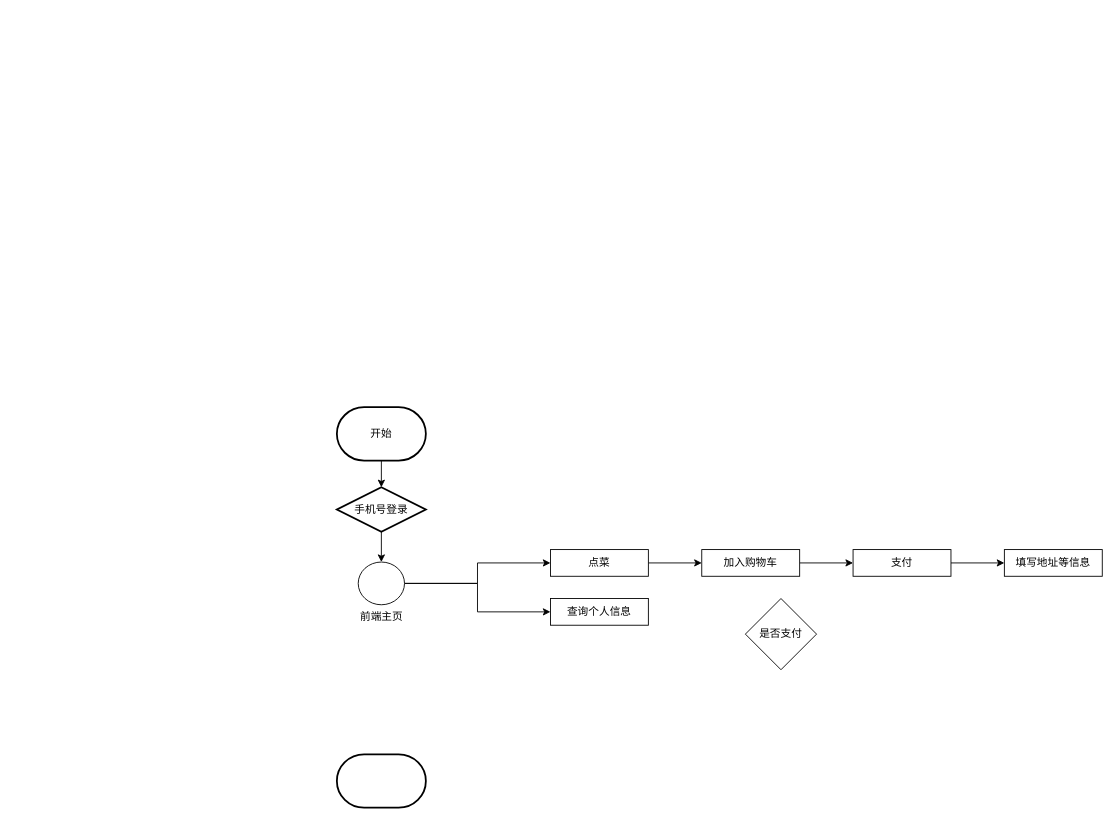
Above: 功能流程图.drawio in pg-wbl/flow-chart (draw.io), before the change. Source tidied: cells renumbered, new cells numbered last; positions are measured from the earlier drawing's top-left corner, leaving out a move shared by most shapes. Both pictures are drawn from the tidied source at 89%, with x=0, y=0 at pixel (336, 407).
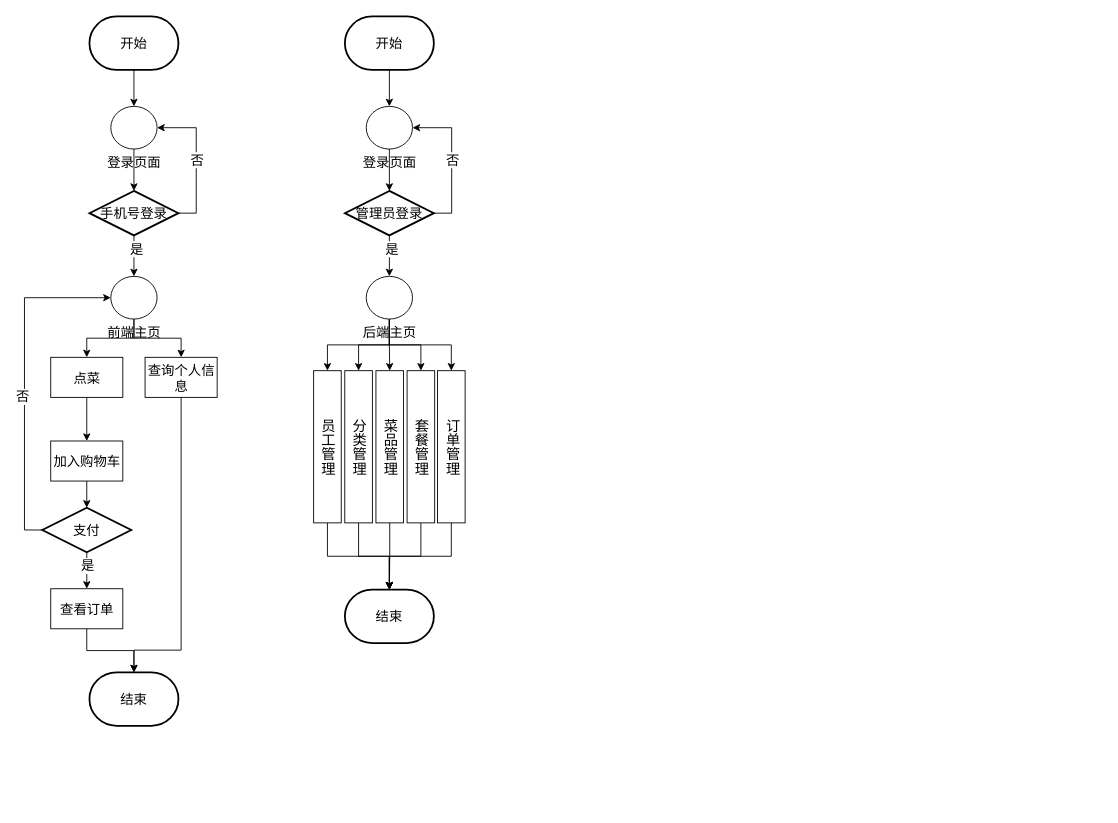
After the change.

Commit message:
更新功能流程图.drawio

Diff of the diagram source:
```diff
@@
+    <mxCell id="19" style="group;" parent="1" vertex="1">
+      <mxGeometry x="-331" y="-439" width="196.5" height="797" as="geometry" />
+    </mxCell>
+    <mxCell id="20" value="结束" style="strokeWidth=2;html=1;shape=mxgraph.flowchart.terminator;whiteSpace=wrap;fontSize=15;" parent="19" vertex="1">
+      <mxGeometry x="53" y="737" width="100" height="60" as="geometry" />
+    </mxCell>
+    <mxCell id="21" style="edgeStyle=orthogonalEdgeStyle;rounded=0;jettySize=auto;html=1;exitX=0.5;exitY=1;exitDx=0;exitDy=0;fontSize=15;" parent="19" edge="1" source="22" target="20">
+      <mxGeometry relative="1" as="geometry" />
+    </mxCell>
+    <mxCell id="11" value="加入购物车" style="rounded=0;whiteSpace=wrap;html=1;fontSize=15;" parent="19" vertex="1">
+      <mxGeometry x="9.5" y="477" width="81" height="45" as="geometry" />
+    </mxCell>
+    <mxCell id="22" value="查看订单" style="rounded=0;whiteSpace=wrap;html=1;fontSize=15;" parent="19" vertex="1">
+      <mxGeometry x="9.5" y="643" width="81" height="45" as="geometry" />
+    </mxCell>
-    <mxCell id="2" value="开始" style="strokeWidth=2;html=1;shape=mxgraph.flowchart.terminator;whiteSpace=wrap;" parent="1" vertex="1">
-      <mxGeometry width="100" height="60" as="geometry" />
+    <mxCell id="2" value="开始" style="strokeWidth=2;html=1;shape=mxgraph.flowchart.terminator;whiteSpace=wrap;fontSize=15;" parent="19" vertex="1">
+      <mxGeometry x="53" width="100" height="60" as="geometry" />
     </mxCell>
-    <mxCell id="3" style="strokeWidth=2;html=1;shape=mxgraph.flowchart.terminator;whiteSpace=wrap;" parent="1" vertex="1">
-      <mxGeometry y="390" width="100" height="60" as="geometry" />
-    </mxCell>
-    <mxCell id="4" value="手机号登录" style="strokeWidth=2;html=1;shape=mxgraph.flowchart.decision;whiteSpace=wrap;" parent="1" vertex="1">
-      <mxGeometry y="90" width="100" height="50" as="geometry" />
+    <mxCell id="4" value="手机号登录" style="strokeWidth=2;html=1;shape=mxgraph.flowchart.decision;whiteSpace=wrap;fontSize=15;" parent="19" vertex="1">
+      <mxGeometry x="53" y="196" width="100" height="50" as="geometry" />
     </mxCell>
-    <mxCell id="5" style="edgeStyle=orthogonalEdgeStyle;rounded=0;jettySize=auto;html=1;exitX=1;exitY=0.5;exitDx=0;exitDy=0;exitPerimeter=0;entryX=0;entryY=0.5;entryDx=0;entryDy=0;" parent="1" edge="1" source="7" target="9">
+    <mxCell id="5" style="edgeStyle=orthogonalEdgeStyle;rounded=0;jettySize=auto;html=1;exitX=0.5;exitY=1;exitDx=0;exitDy=0;exitPerimeter=0;entryX=0.5;entryY=0;entryDx=0;entryDy=0;fontSize=15;" parent="19" edge="1" source="7" target="9">
       <mxGeometry relative="1" as="geometry" />
     </mxCell>
-    <mxCell id="6" style="edgeStyle=orthogonalEdgeStyle;rounded=0;jettySize=auto;html=1;exitX=1;exitY=0.5;exitDx=0;exitDy=0;exitPerimeter=0;entryX=0;entryY=0.5;entryDx=0;entryDy=0;" parent="1" edge="1" source="7" target="15">
+    <mxCell id="6" style="edgeStyle=orthogonalEdgeStyle;rounded=0;jettySize=auto;html=1;exitX=0.5;exitY=1;exitDx=0;exitDy=0;exitPerimeter=0;entryX=0.5;entryY=0;entryDx=0;entryDy=0;fontSize=15;" parent="19" edge="1" source="7" target="15">
       <mxGeometry relative="1" as="geometry" />
     </mxCell>
-    <mxCell id="7" value="前端主页" style="verticalLabelPosition=bottom;verticalAlign=top;html=1;shape=mxgraph.flowchart.on-page_reference;" parent="1" vertex="1">
-      <mxGeometry x="24" y="174" width="52" height="48" as="geometry" />
+    <mxCell id="7" value="前端主页" style="verticalLabelPosition=bottom;verticalAlign=top;html=1;shape=mxgraph.flowchart.on-page_reference;fontSize=15;" parent="19" vertex="1">
+      <mxGeometry x="77" y="292" width="52" height="48" as="geometry" />
     </mxCell>
+    <mxCell id="23" style="edgeStyle=orthogonalEdgeStyle;rounded=0;jettySize=auto;html=1;exitX=0.5;exitY=1;exitDx=0;exitDy=0;exitPerimeter=0;entryX=0.5;entryY=0;entryDx=0;entryDy=0;fontSize=15;" parent="19" edge="1" source="13" target="22">
+      <mxGeometry relative="1" as="geometry" />
+    </mxCell>
+    <mxCell id="24" value="是" style="edgeLabel;html=1;align=center;verticalAlign=middle;fontSize=15;" parent="23" vertex="1">
+      <mxGeometry x="-0.33" relative="1" as="geometry" />
+    </mxCell>
+    <mxCell id="13" value="支付" style="strokeWidth=2;html=1;shape=mxgraph.flowchart.decision;whiteSpace=wrap;fontSize=15;" parent="19" vertex="1">
+      <mxGeometry y="552" width="100" height="50" as="geometry" />
+    </mxCell>
+    <mxCell id="25" style="edgeStyle=orthogonalEdgeStyle;rounded=0;jettySize=auto;html=1;exitX=0.5;exitY=1;exitDx=0;exitDy=0;exitPerimeter=0;fontSize=15;" parent="19" edge="1" source="26" target="4">
+      <mxGeometry relative="1" as="geometry" />
+    </mxCell>
+    <mxCell id="26" value="登录页面" style="verticalLabelPosition=bottom;verticalAlign=top;html=1;shape=mxgraph.flowchart.on-page_reference;fontSize=15;" parent="19" vertex="1">
+      <mxGeometry x="77" y="101" width="52" height="48" as="geometry" />
+    </mxCell>
+    <mxCell id="27" style="edgeStyle=orthogonalEdgeStyle;rounded=0;jettySize=auto;html=1;exitX=0.5;exitY=1;exitDx=0;exitDy=0;exitPerimeter=0;entryX=0.5;entryY=0;entryDx=0;entryDy=0;entryPerimeter=0;fontSize=15;" parent="19" edge="1" source="2" target="26">
+      <mxGeometry relative="1" as="geometry" />
+    </mxCell>
+    <mxCell id="17" style="edgeStyle=orthogonalEdgeStyle;rounded=0;jettySize=auto;html=1;exitX=0.5;exitY=1;exitDx=0;exitDy=0;exitPerimeter=0;entryX=0.5;entryY=0;entryDx=0;entryDy=0;entryPerimeter=0;fontSize=15;" parent="19" edge="1" source="4" target="7">
+      <mxGeometry relative="1" as="geometry" />
+    </mxCell>
+    <mxCell id="28" value="是" style="edgeLabel;html=1;align=center;verticalAlign=middle;fontSize=15;" parent="17" vertex="1">
+      <mxGeometry x="-0.45" y="2" relative="1" as="geometry">
+        <mxPoint y="1" as="offset" />
+      </mxGeometry>
+    </mxCell>
+    <mxCell id="29" style="edgeStyle=orthogonalEdgeStyle;rounded=0;jettySize=auto;html=1;exitX=1;exitY=0.5;exitDx=0;exitDy=0;exitPerimeter=0;entryX=1;entryY=0.5;entryDx=0;entryDy=0;entryPerimeter=0;fontSize=15;" parent="19" edge="1" source="4" target="26">
+      <mxGeometry relative="1" as="geometry" />
+    </mxCell>
+    <mxCell id="30" value="否" style="edgeLabel;html=1;align=center;verticalAlign=middle;fontSize=15;" parent="29" vertex="1">
+      <mxGeometry x="0.01" relative="1" as="geometry" />
+    </mxCell>
+    <mxCell id="31" style="edgeStyle=orthogonalEdgeStyle;rounded=0;jettySize=auto;html=1;exitX=0;exitY=0.5;exitDx=0;exitDy=0;exitPerimeter=0;entryX=0;entryY=0.5;entryDx=0;entryDy=0;entryPerimeter=0;fontSize=15;" parent="19" edge="1" source="13" target="7">
+      <mxGeometry relative="1" as="geometry" />
+    </mxCell>
+    <mxCell id="32" value="否" style="edgeLabel;html=1;align=center;verticalAlign=middle;fontSize=15;" parent="31" vertex="1">
+      <mxGeometry x="-0.1" y="3" relative="1" as="geometry">
+        <mxPoint y="-1" as="offset" />
+      </mxGeometry>
+    </mxCell>
-    <mxCell id="8" style="edgeStyle=orthogonalEdgeStyle;rounded=0;jettySize=auto;html=1;exitX=1;exitY=0.5;exitDx=0;exitDy=0;" parent="1" edge="1" source="9" target="11">
+    <mxCell id="8" style="edgeStyle=orthogonalEdgeStyle;rounded=0;jettySize=auto;html=1;exitX=0.5;exitY=1;exitDx=0;exitDy=0;entryX=0.5;entryY=0;entryDx=0;entryDy=0;fontSize=15;" parent="19" edge="1" source="9" target="11">
       <mxGeometry relative="1" as="geometry" />
     </mxCell>
+    <mxCell id="10" style="edgeStyle=orthogonalEdgeStyle;rounded=0;jettySize=auto;html=1;exitX=0.5;exitY=1;exitDx=0;exitDy=0;entryX=0.5;entryY=0;entryDx=0;entryDy=0;entryPerimeter=0;fontSize=15;" parent="19" edge="1" source="11" target="13">
+      <mxGeometry relative="1" as="geometry" />
+    </mxCell>
-    <mxCell id="9" value="点菜" style="rounded=0;whiteSpace=wrap;html=1;" parent="1" vertex="1">
-      <mxGeometry x="240" y="160" width="110" height="30" as="geometry" />
+    <mxCell id="9" value="点菜" style="rounded=0;whiteSpace=wrap;html=1;fontSize=15;" parent="19" vertex="1">
+      <mxGeometry x="9.5" y="383" width="81" height="45" as="geometry" />
     </mxCell>
-    <mxCell id="10" style="edgeStyle=orthogonalEdgeStyle;rounded=0;jettySize=auto;html=1;exitX=1;exitY=0.5;exitDx=0;exitDy=0;" parent="1" edge="1" source="11" target="13">
-      <mxGeometry relative="1" as="geometry" />
-    </mxCell>
-    <mxCell id="11" value="加入购物车" style="rounded=0;whiteSpace=wrap;html=1;" parent="1" vertex="1">
-      <mxGeometry x="410" y="160" width="110" height="30" as="geometry" />
-    </mxCell>
-    <mxCell id="12" style="edgeStyle=orthogonalEdgeStyle;rounded=0;jettySize=auto;html=1;exitX=1;exitY=0.5;exitDx=0;exitDy=0;" parent="1" edge="1" source="13" target="14">
-      <mxGeometry relative="1" as="geometry" />
-    </mxCell>
-    <mxCell id="13" value="支付" style="rounded=0;whiteSpace=wrap;html=1;" parent="1" vertex="1">
-      <mxGeometry x="580" y="160" width="110" height="30" as="geometry" />
-    </mxCell>
-    <mxCell id="14" value="填写地址等信息" style="rounded=0;whiteSpace=wrap;html=1;" parent="1" vertex="1">
-      <mxGeometry x="750" y="160" width="110" height="30" as="geometry" />
-    </mxCell>
-    <mxCell id="15" value="查询个人信息" style="rounded=0;whiteSpace=wrap;html=1;" parent="1" vertex="1">
-      <mxGeometry x="240" y="215" width="110" height="30" as="geometry" />
+    <mxCell id="15" value="查询个人信息" style="rounded=0;whiteSpace=wrap;html=1;fontSize=15;" parent="19" vertex="1">
+      <mxGeometry x="115.5" y="383" width="81" height="45" as="geometry" />
     </mxCell>
-    <mxCell id="16" style="edgeStyle=orthogonalEdgeStyle;rounded=0;jettySize=auto;html=1;exitX=0.5;exitY=1;exitDx=0;exitDy=0;exitPerimeter=0;entryX=0.5;entryY=0;entryDx=0;entryDy=0;entryPerimeter=0;" parent="1" edge="1" source="2" target="4">
-      <mxGeometry relative="1" as="geometry" />
-    </mxCell>
-    <mxCell id="17" style="edgeStyle=orthogonalEdgeStyle;rounded=0;jettySize=auto;html=1;exitX=0.5;exitY=1;exitDx=0;exitDy=0;exitPerimeter=0;entryX=0.5;entryY=0;entryDx=0;entryDy=0;entryPerimeter=0;" parent="1" edge="1" source="4" target="7">
-      <mxGeometry relative="1" as="geometry" />
-    </mxCell>
-    <mxCell id="18" value="是否支付" style="rhombus;whiteSpace=wrap;html=1;" parent="1" vertex="1">
-      <mxGeometry x="459" y="215" width="80" height="80" as="geometry" />
-    </mxCell>
+    <mxCell id="33" style="edgeStyle=orthogonalEdgeStyle;rounded=0;jettySize=auto;html=1;exitX=0.5;exitY=1;exitDx=0;exitDy=0;entryX=0.5;entryY=0;entryDx=0;entryDy=0;entryPerimeter=0;fontSize=15;" parent="19" edge="1" source="15" target="20">
+      <mxGeometry relative="1" as="geometry">
+        <Array as="points">
+          <mxPoint x="156" y="712" />
+          <mxPoint x="103" y="712" />
+        </Array>
+      </mxGeometry>
+    </mxCell>
+    <mxCell id="34" style="group;" parent="1" vertex="1">
+      <mxGeometry x="-26.1" y="-439" width="170.2" height="704" as="geometry" />
+    </mxCell>
+    <mxCell id="35" value="开始" style="strokeWidth=2;html=1;shape=mxgraph.flowchart.terminator;whiteSpace=wrap;fontSize=15;" parent="34" vertex="1">
+      <mxGeometry x="35.1" width="100" height="60" as="geometry" />
+    </mxCell>
+    <mxCell id="36" value="管理员登录" style="strokeWidth=2;html=1;shape=mxgraph.flowchart.decision;whiteSpace=wrap;fontSize=15;" parent="34" vertex="1">
+      <mxGeometry x="35.1" y="196" width="100" height="50" as="geometry" />
+    </mxCell>
+    <mxCell id="37" style="edgeStyle=orthogonalEdgeStyle;rounded=0;jettySize=auto;html=1;exitX=0.5;exitY=1;exitDx=0;exitDy=0;exitPerimeter=0;entryX=0.5;entryY=0;entryDx=0;entryDy=0;" parent="34" edge="1" source="42" target="57">
+      <mxGeometry relative="1" as="geometry" />
+    </mxCell>
+    <mxCell id="38" style="edgeStyle=orthogonalEdgeStyle;rounded=0;jettySize=auto;html=1;exitX=0.5;exitY=1;exitDx=0;exitDy=0;exitPerimeter=0;entryX=0.5;entryY=0;entryDx=0;entryDy=0;" parent="34" edge="1" source="42" target="58">
+      <mxGeometry relative="1" as="geometry" />
+    </mxCell>
+    <mxCell id="39" style="edgeStyle=orthogonalEdgeStyle;rounded=0;jettySize=auto;html=1;exitX=0.5;exitY=1;exitDx=0;exitDy=0;exitPerimeter=0;entryX=0.5;entryY=0;entryDx=0;entryDy=0;" parent="34" edge="1" source="42" target="59">
+      <mxGeometry relative="1" as="geometry" />
+    </mxCell>
+    <mxCell id="40" style="edgeStyle=orthogonalEdgeStyle;rounded=0;jettySize=auto;html=1;exitX=0.5;exitY=1;exitDx=0;exitDy=0;exitPerimeter=0;entryX=0.5;entryY=0;entryDx=0;entryDy=0;" parent="34" edge="1" source="42" target="60">
+      <mxGeometry relative="1" as="geometry" />
+    </mxCell>
+    <mxCell id="41" style="edgeStyle=orthogonalEdgeStyle;rounded=0;jettySize=auto;html=1;exitX=0.5;exitY=1;exitDx=0;exitDy=0;exitPerimeter=0;entryX=0.5;entryY=0;entryDx=0;entryDy=0;" parent="34" edge="1" source="42" target="56">
+      <mxGeometry relative="1" as="geometry" />
+    </mxCell>
+    <mxCell id="42" value="后端主页" style="verticalLabelPosition=bottom;verticalAlign=top;html=1;shape=mxgraph.flowchart.on-page_reference;fontSize=15;" parent="34" vertex="1">
+      <mxGeometry x="59.1" y="292" width="52" height="48" as="geometry" />
+    </mxCell>
+    <mxCell id="43" style="edgeStyle=orthogonalEdgeStyle;rounded=0;jettySize=auto;html=1;exitX=0.5;exitY=1;exitDx=0;exitDy=0;exitPerimeter=0;fontSize=15;" parent="34" edge="1" source="44" target="36">
+      <mxGeometry relative="1" as="geometry" />
+    </mxCell>
+    <mxCell id="44" value="登录页面" style="verticalLabelPosition=bottom;verticalAlign=top;html=1;shape=mxgraph.flowchart.on-page_reference;fontSize=15;" parent="34" vertex="1">
+      <mxGeometry x="59.1" y="101" width="52" height="48" as="geometry" />
+    </mxCell>
+    <mxCell id="45" style="edgeStyle=orthogonalEdgeStyle;rounded=0;jettySize=auto;html=1;exitX=0.5;exitY=1;exitDx=0;exitDy=0;exitPerimeter=0;entryX=0.5;entryY=0;entryDx=0;entryDy=0;entryPerimeter=0;fontSize=15;" parent="34" edge="1" source="35" target="44">
+      <mxGeometry relative="1" as="geometry" />
+    </mxCell>
+    <mxCell id="46" style="edgeStyle=orthogonalEdgeStyle;rounded=0;jettySize=auto;html=1;exitX=0.5;exitY=1;exitDx=0;exitDy=0;exitPerimeter=0;entryX=0.5;entryY=0;entryDx=0;entryDy=0;entryPerimeter=0;fontSize=15;" parent="34" edge="1" source="36" target="42">
+      <mxGeometry relative="1" as="geometry" />
+    </mxCell>
+    <mxCell id="47" value="是" style="edgeLabel;html=1;align=center;verticalAlign=middle;fontSize=15;" parent="46" vertex="1">
+      <mxGeometry x="-0.45" y="2" relative="1" as="geometry">
+        <mxPoint y="1" as="offset" />
+      </mxGeometry>
+    </mxCell>
+    <mxCell id="48" style="edgeStyle=orthogonalEdgeStyle;rounded=0;jettySize=auto;html=1;exitX=1;exitY=0.5;exitDx=0;exitDy=0;exitPerimeter=0;entryX=1;entryY=0.5;entryDx=0;entryDy=0;entryPerimeter=0;fontSize=15;" parent="34" edge="1" source="36" target="44">
+      <mxGeometry relative="1" as="geometry" />
+    </mxCell>
+    <mxCell id="49" value="否" style="edgeLabel;html=1;align=center;verticalAlign=middle;fontSize=15;" parent="48" vertex="1">
+      <mxGeometry x="0.01" relative="1" as="geometry" />
+    </mxCell>
+    <mxCell id="50" value="结束" style="strokeWidth=2;html=1;shape=mxgraph.flowchart.terminator;whiteSpace=wrap;fontSize=15;" parent="34" vertex="1">
+      <mxGeometry x="35.1" y="644" width="100" height="60" as="geometry" />
+    </mxCell>
+    <mxCell id="51" style="edgeStyle=orthogonalEdgeStyle;rounded=0;jettySize=auto;html=1;exitX=0.5;exitY=1;exitDx=0;exitDy=0;entryX=0.5;entryY=0;entryDx=0;entryDy=0;entryPerimeter=0;" parent="34" edge="1" source="57" target="50">
+      <mxGeometry relative="1" as="geometry" />
+    </mxCell>
+    <mxCell id="52" style="edgeStyle=orthogonalEdgeStyle;rounded=0;jettySize=auto;html=1;exitX=0.5;exitY=1;exitDx=0;exitDy=0;entryX=0.5;entryY=0;entryDx=0;entryDy=0;entryPerimeter=0;" parent="34" edge="1" source="58" target="50">
+      <mxGeometry relative="1" as="geometry" />
+    </mxCell>
+    <mxCell id="53" style="edgeStyle=orthogonalEdgeStyle;rounded=0;jettySize=auto;html=1;exitX=0.5;exitY=1;exitDx=0;exitDy=0;entryX=0.5;entryY=0;entryDx=0;entryDy=0;entryPerimeter=0;" parent="34" edge="1" source="59" target="50">
+      <mxGeometry relative="1" as="geometry" />
+    </mxCell>
+    <mxCell id="54" style="edgeStyle=orthogonalEdgeStyle;rounded=0;jettySize=auto;html=1;exitX=0.5;exitY=1;exitDx=0;exitDy=0;entryX=0.5;entryY=0;entryDx=0;entryDy=0;entryPerimeter=0;" parent="34" edge="1" source="60" target="50">
+      <mxGeometry relative="1" as="geometry" />
+    </mxCell>
+    <mxCell id="55" style="group;" parent="34" vertex="1">
+      <mxGeometry y="398" width="170.2" height="171" as="geometry" />
+    </mxCell>
+    <mxCell id="56" value="订单管理" style="rounded=0;whiteSpace=wrap;html=1;textDirection=vertical-rl;fontFamily=宋体;fontSize=16;" parent="55" vertex="1">
+      <mxGeometry x="139.2" width="31" height="171" as="geometry" />
+    </mxCell>
+    <mxCell id="57" value="员工管理" style="rounded=0;whiteSpace=wrap;html=1;textDirection=vertical-rl;fontFamily=宋体;fontSize=16;" parent="55" vertex="1">
+      <mxGeometry width="31" height="171" as="geometry" />
+    </mxCell>
+    <mxCell id="58" value="分类管理" style="rounded=0;whiteSpace=wrap;html=1;textDirection=vertical-rl;fontFamily=宋体;fontSize=16;" parent="55" vertex="1">
+      <mxGeometry x="35" width="31" height="171" as="geometry" />
+    </mxCell>
+    <mxCell id="59" value="菜品管理" style="rounded=0;whiteSpace=wrap;html=1;textDirection=vertical-rl;fontFamily=宋体;fontSize=16;" parent="55" vertex="1">
+      <mxGeometry x="70" width="31" height="171" as="geometry" />
+    </mxCell>
+    <mxCell id="60" value="套餐管理" style="rounded=0;whiteSpace=wrap;html=1;textDirection=vertical-rl;fontFamily=宋体;fontSize=16;" parent="55" vertex="1">
+      <mxGeometry x="105" width="31" height="171" as="geometry" />
+    </mxCell>
+    <mxCell id="61" style="edgeStyle=orthogonalEdgeStyle;rounded=0;jettySize=auto;html=1;exitX=0.5;exitY=1;exitDx=0;exitDy=0;entryX=0.5;entryY=0;entryDx=0;entryDy=0;entryPerimeter=0;" parent="34" edge="1" source="56" target="50">
+      <mxGeometry relative="1" as="geometry" />
+    </mxCell>
```
